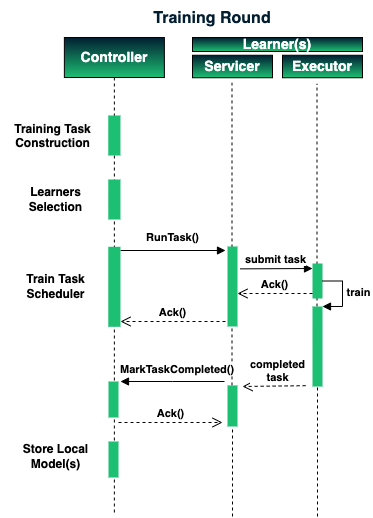
This is docs/img/MetisFL-Procedures-TrainingRound.png from bioint/MetisFL, a draw.io export, as it was before one commit. Source tidied: cells renumbered, new cells last; positions are measured from the earlier drawing's top-left corner, leaving out a move shared by most shapes.
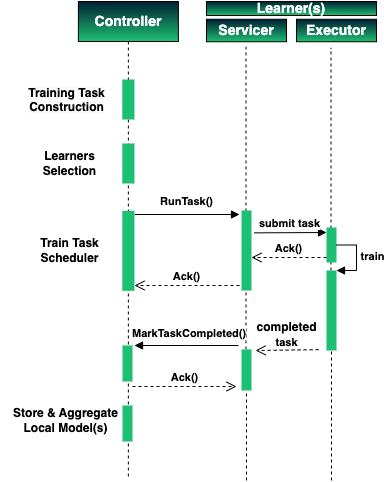
Later version of the same file.

The edit, as a diff of the source:
```diff
@@ -2,7 +2,7 @@
   <root>
     <mxCell id="0" />
     <mxCell id="1" parent="0" />
-    <mxCell id="2" style="endArrow=none;dashed=1;html=1;strokeWidth=1;rounded=0;" parent="1" edge="1" source="29">
+    <mxCell id="2" style="endArrow=none;dashed=1;html=1;strokeWidth=1;rounded=0;" parent="1" edge="1" source="28">
       <mxGeometry relative="1" as="geometry">
         <mxPoint x="231.5" y="82.2" as="targetPoint" />
       </mxGeometry>
@@ -92,49 +92,49 @@
         <mxPoint x="237" y="292.9" as="targetPoint" />
       </mxGeometry>
     </mxCell>
-    <mxCell id="22" value="completed&lt;br&gt;task" style="html=1;verticalAlign=bottom;endArrow=open;dashed=1;endSize=8;edgeStyle=elbowEdgeStyle;elbow=vertical;curved=0;rounded=0;fontSize=11;fontStyle=1;" parent="1" edge="1">
-      <mxGeometry x="-0.08" relative="1" as="geometry">
-        <mxPoint x="305.1" y="385.2" as="sourcePoint" />
-        <mxPoint x="242" y="386" as="targetPoint" />
-      </mxGeometry>
+    <mxCell id="22" value="&lt;font style=&quot;font-size: 12px;&quot;&gt;Train Task &lt;br style=&quot;font-size: 12px;&quot;&gt;Scheduler&lt;/font&gt;" style="text;html=1;align=center;verticalAlign=middle;strokeColor=none;fillColor=none;rotation=0;fontStyle=1;fontSize=12;" parent="1" vertex="1">
+      <mxGeometry x="14.5" y="266" width="80" height="40" as="geometry" />
     </mxCell>
-    <mxCell id="23" value="&lt;font style=&quot;font-size: 12px;&quot;&gt;Train Task &lt;br style=&quot;font-size: 12px;&quot;&gt;Scheduler&lt;/font&gt;" style="text;html=1;align=center;verticalAlign=middle;strokeColor=none;fillColor=none;rotation=0;fontStyle=1;fontSize=12;" parent="1" vertex="1">
-      <mxGeometry x="14.5" y="266" width="80" height="40" as="geometry" />
+    <mxCell id="23" value="&lt;font style=&quot;font-size: 12px;&quot;&gt;Learners&lt;br style=&quot;border-color: var(--border-color); font-size: 12px;&quot;&gt;&lt;font style=&quot;font-size: 12px;&quot;&gt;Selection&lt;/font&gt;&lt;/font&gt;" style="text;html=1;align=center;verticalAlign=middle;strokeColor=none;fillColor=none;rotation=0;fontStyle=1;fontSize=12;" parent="1" vertex="1">
+      <mxGeometry x="14.5" y="179" width="80" height="40" as="geometry" />
     </mxCell>
-    <mxCell id="24" value="&lt;font style=&quot;font-size: 12px;&quot;&gt;Learners&lt;br style=&quot;border-color: var(--border-color); font-size: 12px;&quot;&gt;&lt;font style=&quot;font-size: 12px;&quot;&gt;Selection&lt;/font&gt;&lt;/font&gt;" style="text;html=1;align=center;verticalAlign=middle;strokeColor=none;fillColor=none;rotation=0;fontStyle=1;fontSize=12;" parent="1" vertex="1">
-      <mxGeometry x="14.5" y="179" width="80" height="40" as="geometry" />
+    <mxCell id="24" style="html=1;whiteSpace=wrap;fontSize=11;fillColor=#1DBF73;strokeColor=none;" parent="1" vertex="1">
+      <mxGeometry x="107.8" y="179" width="12.2" height="40" as="geometry" />
     </mxCell>
-    <mxCell id="25" style="html=1;whiteSpace=wrap;fontSize=11;fillColor=#1DBF73;strokeColor=none;" parent="1" vertex="1">
-      <mxGeometry x="107.8" y="179" width="12.2" height="40" as="geometry" />
+    <mxCell id="25" value="&lt;span style=&quot;color: rgb(0, 0, 0); font-family: Helvetica; font-size: 12px; font-style: normal; font-variant-ligatures: normal; font-variant-caps: normal; letter-spacing: normal; orphans: 2; text-indent: 0px; text-transform: none; widows: 2; word-spacing: 0px; -webkit-text-stroke-width: 0px; background-color: rgb(251, 251, 251); text-decoration-thickness: initial; text-decoration-style: initial; text-decoration-color: initial; float: none; display: inline !important;&quot;&gt;Training Task &lt;br style=&quot;font-size: 12px;&quot;&gt;Construction&lt;/span&gt;" style="text;whiteSpace=wrap;html=1;align=center;fontStyle=1;fontSize=12;" parent="1" vertex="1">
+      <mxGeometry x="-0.5" y="115" width="105" height="40" as="geometry" />
     </mxCell>
-    <mxCell id="26" value="&lt;span style=&quot;color: rgb(0, 0, 0); font-family: Helvetica; font-size: 12px; font-style: normal; font-variant-ligatures: normal; font-variant-caps: normal; letter-spacing: normal; orphans: 2; text-indent: 0px; text-transform: none; widows: 2; word-spacing: 0px; -webkit-text-stroke-width: 0px; background-color: rgb(251, 251, 251); text-decoration-thickness: initial; text-decoration-style: initial; text-decoration-color: initial; float: none; display: inline !important;&quot;&gt;Training Task &lt;br style=&quot;font-size: 12px;&quot;&gt;Construction&lt;/span&gt;" style="text;whiteSpace=wrap;html=1;align=center;fontStyle=1;fontSize=12;" parent="1" vertex="1">
-      <mxGeometry x="-0.5" y="115" width="105" height="40" as="geometry" />
+    <mxCell id="26" style="html=1;whiteSpace=wrap;fontSize=11;fillColor=#1DBF73;strokeColor=none;" parent="1" vertex="1">
+      <mxGeometry x="107.8" y="115" width="12.2" height="40" as="geometry" />
     </mxCell>
-    <mxCell id="27" style="html=1;whiteSpace=wrap;fontSize=11;fillColor=#1DBF73;strokeColor=none;" parent="1" vertex="1">
-      <mxGeometry x="107.8" y="115" width="12.2" height="40" as="geometry" />
+    <mxCell id="27" style="endArrow=none;dashed=1;html=1;strokeWidth=1;rounded=0;" parent="1" edge="1" target="28">
+      <mxGeometry relative="1" as="geometry">
+        <mxPoint x="232" y="516" as="sourcePoint" />
+      </mxGeometry>
     </mxCell>
-    <mxCell id="28" style="endArrow=none;dashed=1;html=1;strokeWidth=1;rounded=0;" parent="1" edge="1" target="29">
-      <mxGeometry relative="1" as="geometry">
-        <mxPoint x="232" y="516" as="sourcePoint" />
-      </mxGeometry>
+    <mxCell id="28" style="html=1;points=[];perimeter=orthogonalPerimeter;outlineConnect=0;targetShapes=umlLifeline;portConstraint=eastwest;newEdgeStyle={&quot;edgeStyle&quot;:&quot;elbowEdgeStyle&quot;,&quot;elbow&quot;:&quot;vertical&quot;,&quot;curved&quot;:0,&quot;rounded&quot;:0};fontSize=11;fillColor=#1DBF73;strokeColor=none;" parent="1" vertex="1">
+      <mxGeometry x="227" y="384.9" width="10" height="41.1" as="geometry" />
     </mxCell>
-    <mxCell id="29" style="html=1;points=[];perimeter=orthogonalPerimeter;outlineConnect=0;targetShapes=umlLifeline;portConstraint=eastwest;newEdgeStyle={&quot;edgeStyle&quot;:&quot;elbowEdgeStyle&quot;,&quot;elbow&quot;:&quot;vertical&quot;,&quot;curved&quot;:0,&quot;rounded&quot;:0};fontSize=11;fillColor=#1DBF73;strokeColor=none;" parent="1" vertex="1">
-      <mxGeometry x="227" y="384.9" width="10" height="41.1" as="geometry" />
+    <mxCell id="29" value="&lt;span style=&quot;color: rgb(0, 0, 0); font-family: Helvetica; font-size: 11px; font-style: normal; font-variant-ligatures: normal; font-variant-caps: normal; letter-spacing: normal; orphans: 2; text-align: center; text-indent: 0px; text-transform: none; widows: 2; word-spacing: 0px; -webkit-text-stroke-width: 0px; background-color: rgb(255, 255, 255); text-decoration-thickness: initial; text-decoration-style: initial; text-decoration-color: initial; float: none; display: inline !important;&quot;&gt;MarkTaskCompleted()&lt;/span&gt;" style="text;whiteSpace=wrap;html=1;fontSize=11;fontStyle=1;" parent="1" vertex="1">
+      <mxGeometry x="116" y="356" width="110" height="30" as="geometry" />
     </mxCell>
-    <mxCell id="30" value="&lt;span style=&quot;color: rgb(0, 0, 0); font-family: Helvetica; font-size: 11px; font-style: normal; font-variant-ligatures: normal; font-variant-caps: normal; letter-spacing: normal; orphans: 2; text-align: center; text-indent: 0px; text-transform: none; widows: 2; word-spacing: 0px; -webkit-text-stroke-width: 0px; background-color: rgb(255, 255, 255); text-decoration-thickness: initial; text-decoration-style: initial; text-decoration-color: initial; float: none; display: inline !important;&quot;&gt;MarkTaskCompleted()&lt;/span&gt;" style="text;whiteSpace=wrap;html=1;fontSize=11;fontStyle=1;" parent="1" vertex="1">
-      <mxGeometry x="118" y="356" width="110" height="30" as="geometry" />
+    <mxCell id="30" value="Ack()" style="html=1;verticalAlign=bottom;endArrow=open;dashed=1;endSize=8;edgeStyle=elbowEdgeStyle;elbow=vertical;curved=0;rounded=0;fontStyle=1;" parent="1" edge="1">
+      <mxGeometry relative="1" as="geometry">
+        <mxPoint x="118" y="422" as="sourcePoint" />
+        <mxPoint x="222" y="422" as="targetPoint" />
+      </mxGeometry>
     </mxCell>
-    <mxCell id="31" value="Ack()" style="html=1;verticalAlign=bottom;endArrow=open;dashed=1;endSize=8;edgeStyle=elbowEdgeStyle;elbow=vertical;curved=0;rounded=0;fontStyle=1;" parent="1" edge="1">
-      <mxGeometry relative="1" as="geometry">
-        <mxPoint x="118" y="422" as="sourcePoint" />
-        <mxPoint x="222" y="422" as="targetPoint" />
-      </mxGeometry>
+    <mxCell id="31" value="&lt;span style=&quot;font-size: 12px;&quot;&gt;Store &amp;amp; Aggregate&lt;br&gt;Local Model(s)&lt;/span&gt;" style="text;html=1;align=center;verticalAlign=middle;strokeColor=none;fillColor=none;rotation=0;fontStyle=1;fontSize=12;" parent="1" vertex="1">
+      <mxGeometry x="-14" y="436.1" width="130" height="40" as="geometry" />
     </mxCell>
-    <mxCell id="32" value="&lt;span style=&quot;font-size: 12px;&quot;&gt;Store Local&lt;br style=&quot;font-size: 12px;&quot;&gt;Model(s)&lt;/span&gt;" style="text;html=1;align=center;verticalAlign=middle;strokeColor=none;fillColor=none;rotation=0;fontStyle=1;fontSize=12;" parent="1" vertex="1">
-      <mxGeometry x="9.5" y="436.1" width="90" height="40" as="geometry" />
+    <mxCell id="32" style="html=1;verticalAlign=bottom;endArrow=open;dashed=1;endSize=8;edgeStyle=elbowEdgeStyle;elbow=vertical;curved=0;rounded=0;fontSize=11;fontStyle=1;" parent="1" edge="1">
+      <mxGeometry x="0.03" relative="1" as="geometry">
+        <mxPoint x="304.1" y="385.2" as="sourcePoint" />
+        <mxPoint x="241" y="386" as="targetPoint" />
+      </mxGeometry>
     </mxCell>
-    <mxCell id="33" value="&lt;font color=&quot;#011e31&quot;&gt;Training Round&lt;/font&gt;" style="html=1;whiteSpace=wrap;rotation=0;fontStyle=1;fontSize=16;fillColor=none;fontColor=#1DBF73;strokeColor=none;" parent="1" vertex="1">
-      <mxGeometry x="52" y="-0.3" width="320" height="36.2" as="geometry" />
+    <mxCell id="33" value="&lt;b&gt;completed&lt;br style=&quot;border-color: var(--border-color); font-size: 11px;&quot;&gt;&lt;span style=&quot;font-size: 11px; background-color: rgb(255, 255, 255);&quot;&gt;task&lt;/span&gt;&lt;/b&gt;" style="text;html=1;align=center;verticalAlign=middle;strokeColor=none;fillColor=none;" parent="1" vertex="1">
+      <mxGeometry x="232" y="350" width="80" height="40" as="geometry" />
     </mxCell>
   </root>
 </mxGraphModel>
```
